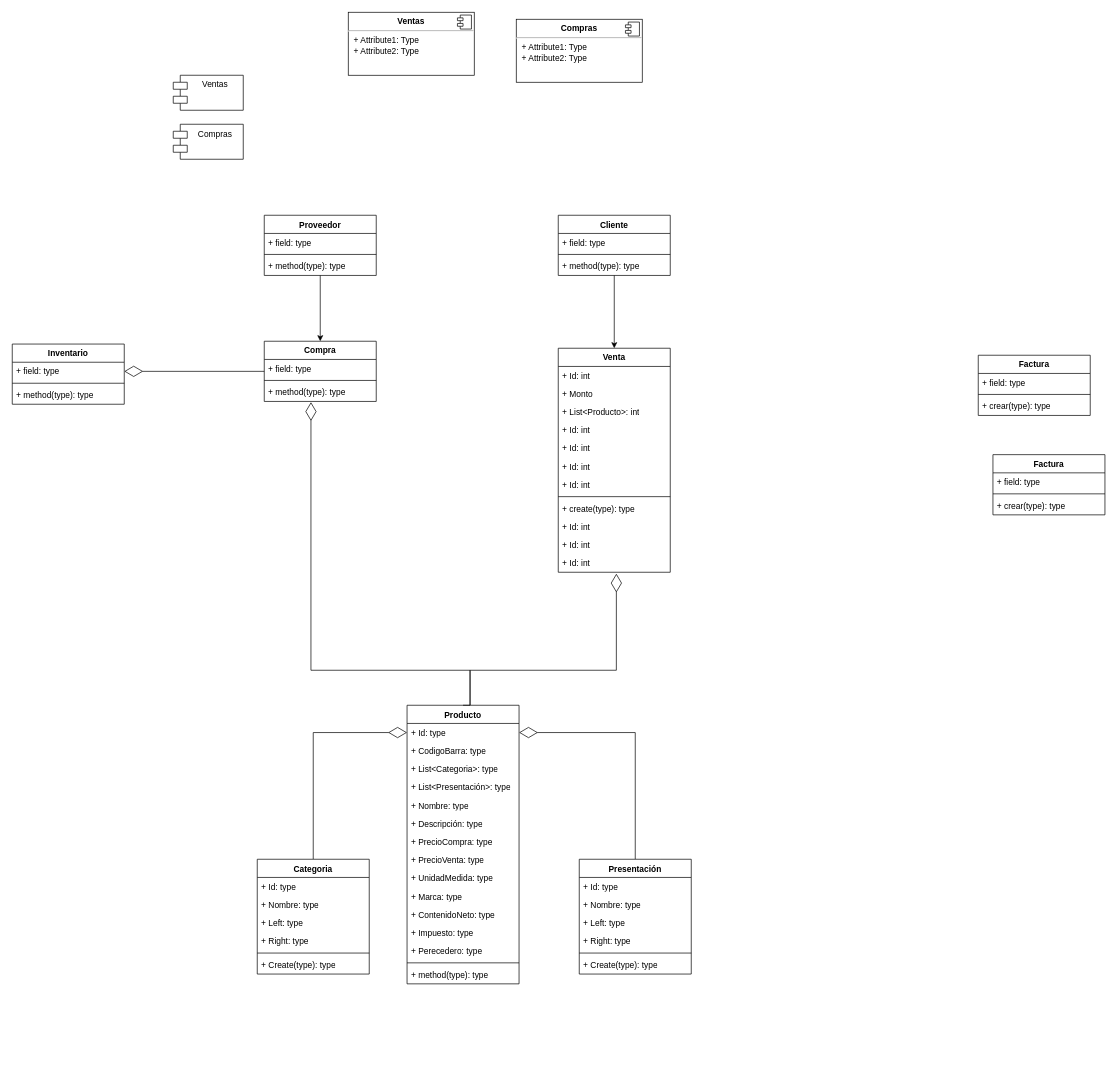
The draw.io diagram page "Copia de Página-1" (2 of 2) of Diagrama de Componentes.drawio in SebAdri/manduara, before the edit. Source tidied: cells renumbered, new cells numbered last; positions are measured from the earlier drawing's top-left corner, leaving out a move shared by most shapes. Both pictures are drawn from the tidied source at 70%, with x=0, y=0 at pixel (12, 12).
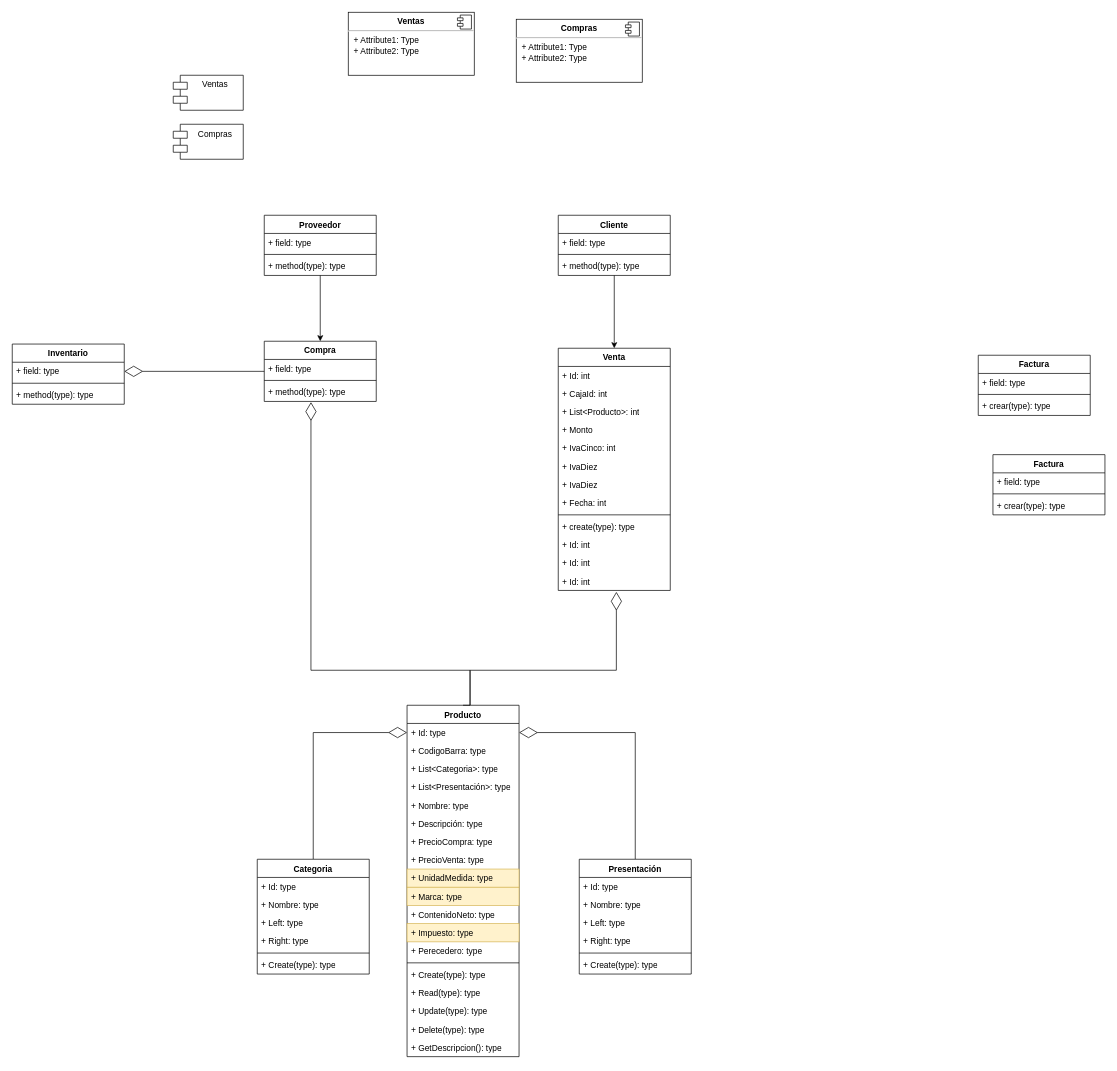
The same diagram, later.

What changed in the source:
```diff
@@
     <mxCell id="14" value="Producto" style="swimlane;fontStyle=1;align=center;verticalAlign=top;horizontal=1;startSize=26;whiteSpace=wrap;html=1;" parent="1" vertex="1">
-      <mxGeometry x="564" y="990" width="160" height="398" as="geometry" />
+      <mxGeometry x="564" y="990" width="160" height="502" as="geometry" />
     </mxCell>
@@
-    <mxCell id="23" value="+ UnidadMedida: type" style="text;strokeColor=none;fillColor=none;align=left;verticalAlign=top;spacingLeft=4;spacingRight=4;overflow=hidden;whiteSpace=wrap;html=1;" parent="14" vertex="1">
+    <mxCell id="23" value="+ UnidadMedida: type" style="text;strokeColor=#d6b656;fillColor=#fff2cc;align=left;verticalAlign=top;spacingLeft=4;spacingRight=4;overflow=hidden;whiteSpace=wrap;html=1;" parent="14" vertex="1">
       <mxGeometry y="234" width="160" height="26" as="geometry" />
     </mxCell>
-    <mxCell id="24" value="+ Marca: type" style="text;strokeColor=none;fillColor=none;align=left;verticalAlign=top;spacingLeft=4;spacingRight=4;overflow=hidden;whiteSpace=wrap;html=1;" parent="14" vertex="1">
+    <mxCell id="24" value="+ Marca: type" style="text;strokeColor=#d6b656;fillColor=#fff2cc;align=left;verticalAlign=top;spacingLeft=4;spacingRight=4;overflow=hidden;whiteSpace=wrap;html=1;" parent="14" vertex="1">
       <mxGeometry y="260" width="160" height="26" as="geometry" />
     </mxCell>
@@
-    <mxCell id="26" value="+ Impuesto: type" style="text;strokeColor=none;fillColor=none;align=left;verticalAlign=top;spacingLeft=4;spacingRight=4;overflow=hidden;whiteSpace=wrap;html=1;" parent="14" vertex="1">
+    <mxCell id="26" value="+ Impuesto: type" style="text;strokeColor=#d6b656;fillColor=#fff2cc;align=left;verticalAlign=top;spacingLeft=4;spacingRight=4;overflow=hidden;whiteSpace=wrap;html=1;" parent="14" vertex="1">
       <mxGeometry y="312" width="160" height="26" as="geometry" />
     </mxCell>
@@
-    <mxCell id="29" value="+ method(type): type" style="text;strokeColor=none;fillColor=none;align=left;verticalAlign=top;spacingLeft=4;spacingRight=4;overflow=hidden;whiteSpace=wrap;html=1;" parent="14" vertex="1">
+    <mxCell id="29" value="+ Create(type): type" style="text;strokeColor=none;fillColor=none;align=left;verticalAlign=top;spacingLeft=4;spacingRight=4;overflow=hidden;whiteSpace=wrap;html=1;" parent="14" vertex="1">
       <mxGeometry y="372" width="160" height="26" as="geometry" />
     </mxCell>
+    <mxCell id="82" value="+ Read(type): type" style="text;strokeColor=none;fillColor=none;align=left;verticalAlign=top;spacingLeft=4;spacingRight=4;overflow=hidden;whiteSpace=wrap;html=1;" parent="14" vertex="1">
+      <mxGeometry y="398" width="160" height="26" as="geometry" />
+    </mxCell>
+    <mxCell id="83" value="+ Update(type): type" style="text;strokeColor=none;fillColor=none;align=left;verticalAlign=top;spacingLeft=4;spacingRight=4;overflow=hidden;whiteSpace=wrap;html=1;" parent="14" vertex="1">
+      <mxGeometry y="424" width="160" height="26" as="geometry" />
+    </mxCell>
+    <mxCell id="84" value="+ Delete(type): type" style="text;strokeColor=none;fillColor=none;align=left;verticalAlign=top;spacingLeft=4;spacingRight=4;overflow=hidden;whiteSpace=wrap;html=1;" parent="14" vertex="1">
+      <mxGeometry y="450" width="160" height="26" as="geometry" />
+    </mxCell>
+    <mxCell id="85" value="+ GetDescripcion(): type" style="text;strokeColor=none;fillColor=none;align=left;verticalAlign=top;spacingLeft=4;spacingRight=4;overflow=hidden;whiteSpace=wrap;html=1;" parent="14" vertex="1">
+      <mxGeometry y="476" width="160" height="26" as="geometry" />
+    </mxCell>
@@
     <mxCell id="43" value="Venta" style="swimlane;fontStyle=1;align=center;verticalAlign=top;horizontal=1;startSize=26;whiteSpace=wrap;html=1;" parent="1" vertex="1">
-      <mxGeometry x="780" y="480" width="160" height="320" as="geometry" />
+      <mxGeometry x="780" y="480" width="160" height="346" as="geometry" />
     </mxCell>
@@
+    <mxCell id="47" value="+ CajaId: int" style="text;strokeColor=none;fillColor=none;align=left;verticalAlign=top;spacingLeft=4;spacingRight=4;overflow=hidden;whiteSpace=wrap;html=1;" parent="43" vertex="1">
+      <mxGeometry y="52" width="160" height="26" as="geometry" />
+    </mxCell>
+    <mxCell id="46" value="+ List&amp;lt;Producto&amp;gt;: int" style="text;strokeColor=none;fillColor=none;align=left;verticalAlign=top;spacingLeft=4;spacingRight=4;overflow=hidden;whiteSpace=wrap;html=1;" parent="43" vertex="1">
+      <mxGeometry y="78" width="160" height="26" as="geometry" />
+    </mxCell>
     <mxCell id="45" value="+ Monto" style="text;strokeColor=none;fillColor=none;align=left;verticalAlign=top;spacingLeft=4;spacingRight=4;overflow=hidden;whiteSpace=wrap;html=1;" parent="43" vertex="1">
-      <mxGeometry y="52" width="160" height="26" as="geometry" />
+      <mxGeometry y="104" width="160" height="26" as="geometry" />
     </mxCell>
-    <mxCell id="46" value="+ List&amp;lt;Producto&amp;gt;: int" style="text;strokeColor=none;fillColor=none;align=left;verticalAlign=top;spacingLeft=4;spacingRight=4;overflow=hidden;whiteSpace=wrap;html=1;" parent="43" vertex="1">
-      <mxGeometry y="78" width="160" height="26" as="geometry" />
-    </mxCell>
-    <mxCell id="47" value="+ Id: int" style="text;strokeColor=none;fillColor=none;align=left;verticalAlign=top;spacingLeft=4;spacingRight=4;overflow=hidden;whiteSpace=wrap;html=1;" parent="43" vertex="1">
-      <mxGeometry y="104" width="160" height="26" as="geometry" />
-    </mxCell>
-    <mxCell id="48" value="+ Id: int" style="text;strokeColor=none;fillColor=none;align=left;verticalAlign=top;spacingLeft=4;spacingRight=4;overflow=hidden;whiteSpace=wrap;html=1;" parent="43" vertex="1">
+    <mxCell id="48" value="+ IvaCinco: int" style="text;strokeColor=none;fillColor=none;align=left;verticalAlign=top;spacingLeft=4;spacingRight=4;overflow=hidden;whiteSpace=wrap;html=1;" parent="43" vertex="1">
       <mxGeometry y="130" width="160" height="26" as="geometry" />
     </mxCell>
-    <mxCell id="49" value="+ Id: int" style="text;strokeColor=none;fillColor=none;align=left;verticalAlign=top;spacingLeft=4;spacingRight=4;overflow=hidden;whiteSpace=wrap;html=1;" parent="43" vertex="1">
+    <mxCell id="49" value="+ IvaDiez" style="text;strokeColor=none;fillColor=none;align=left;verticalAlign=top;spacingLeft=4;spacingRight=4;overflow=hidden;whiteSpace=wrap;html=1;" parent="43" vertex="1">
       <mxGeometry y="156" width="160" height="26" as="geometry" />
     </mxCell>
+    <mxCell id="86" value="+ IvaDiez" style="text;strokeColor=none;fillColor=none;align=left;verticalAlign=top;spacingLeft=4;spacingRight=4;overflow=hidden;whiteSpace=wrap;html=1;" parent="43" vertex="1">
+      <mxGeometry y="182" width="160" height="26" as="geometry" />
+    </mxCell>
-    <mxCell id="50" value="+ Id: int" style="text;strokeColor=none;fillColor=none;align=left;verticalAlign=top;spacingLeft=4;spacingRight=4;overflow=hidden;whiteSpace=wrap;html=1;" parent="43" vertex="1">
-      <mxGeometry y="182" width="160" height="26" as="geometry" />
+    <mxCell id="50" value="+ Fecha: int" style="text;strokeColor=none;fillColor=none;align=left;verticalAlign=top;spacingLeft=4;spacingRight=4;overflow=hidden;whiteSpace=wrap;html=1;" parent="43" vertex="1">
+      <mxGeometry y="208" width="160" height="26" as="geometry" />
     </mxCell>
     <mxCell id="51" style="line;strokeWidth=1;fillColor=none;align=left;verticalAlign=middle;spacingTop=-1;spacingLeft=3;spacingRight=3;labelPosition=right;strokeColor=inherit;" parent="43" vertex="1">
-      <mxGeometry y="208" width="160" height="8" as="geometry" />
+      <mxGeometry y="234" width="160" height="8" as="geometry" />
     </mxCell>
     <mxCell id="52" value="+ create(type): type" style="text;strokeColor=none;fillColor=none;align=left;verticalAlign=top;spacingLeft=4;spacingRight=4;overflow=hidden;whiteSpace=wrap;html=1;" parent="43" vertex="1">
-      <mxGeometry y="216" width="160" height="26" as="geometry" />
+      <mxGeometry y="242" width="160" height="26" as="geometry" />
     </mxCell>
     <mxCell id="53" value="+ Id: int" style="text;strokeColor=none;fillColor=none;align=left;verticalAlign=top;spacingLeft=4;spacingRight=4;overflow=hidden;whiteSpace=wrap;html=1;" parent="43" vertex="1">
-      <mxGeometry y="242" width="160" height="26" as="geometry" />
+      <mxGeometry y="268" width="160" height="26" as="geometry" />
     </mxCell>
     <mxCell id="54" value="+ Id: int" style="text;strokeColor=none;fillColor=none;align=left;verticalAlign=top;spacingLeft=4;spacingRight=4;overflow=hidden;whiteSpace=wrap;html=1;" parent="43" vertex="1">
-      <mxGeometry y="268" width="160" height="26" as="geometry" />
+      <mxGeometry y="294" width="160" height="26" as="geometry" />
     </mxCell>
     <mxCell id="55" value="+ Id: int" style="text;strokeColor=none;fillColor=none;align=left;verticalAlign=top;spacingLeft=4;spacingRight=4;overflow=hidden;points=[[0,0.5],[1,0.5]];portConstraint=eastwest;whiteSpace=wrap;html=1;" parent="43" vertex="1">
-      <mxGeometry y="294" width="160" height="26" as="geometry" />
+      <mxGeometry y="320" width="160" height="26" as="geometry" />
     </mxCell>
```
